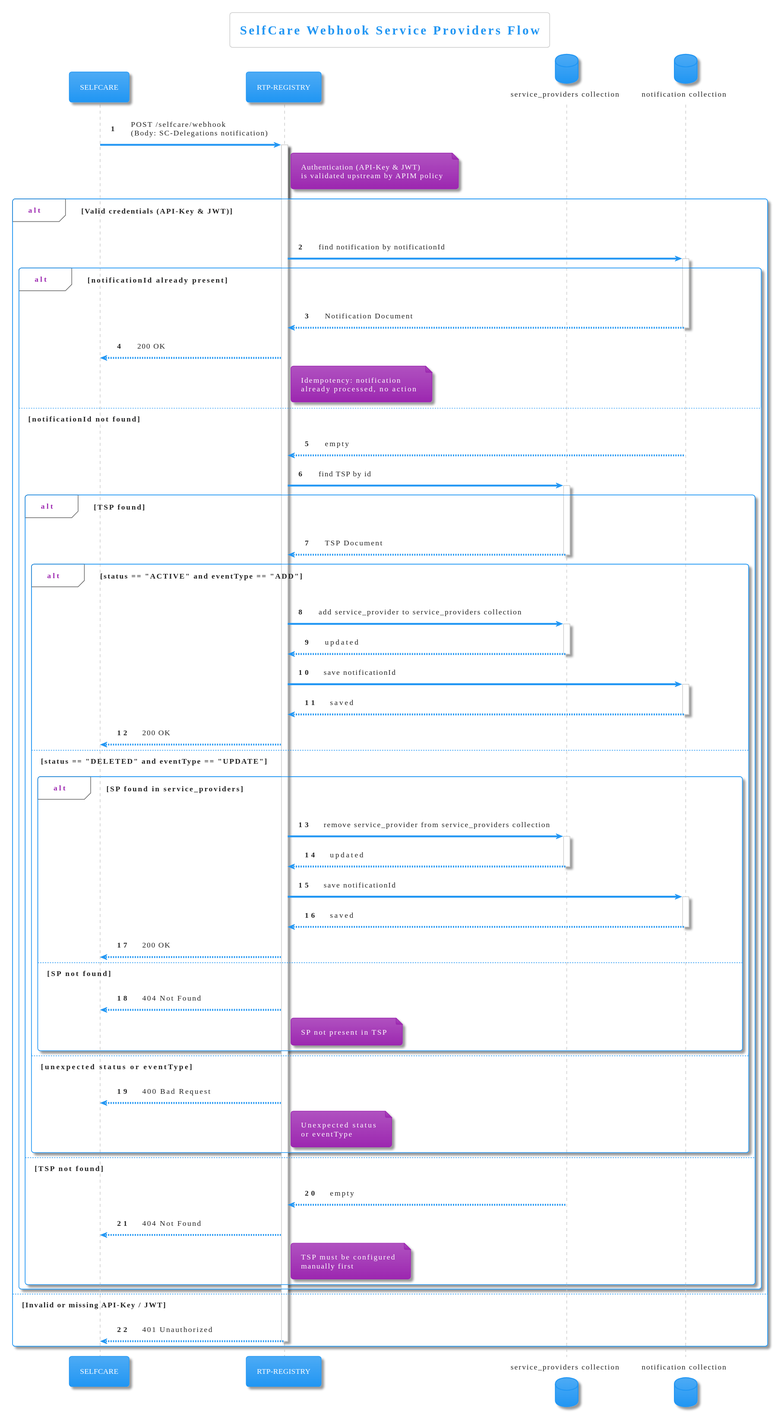
pagopa/rtp-docs keeps this PlantUML diagram as diagrams/selfcare-service-providers-webhook.svg. Above is the earlier version.
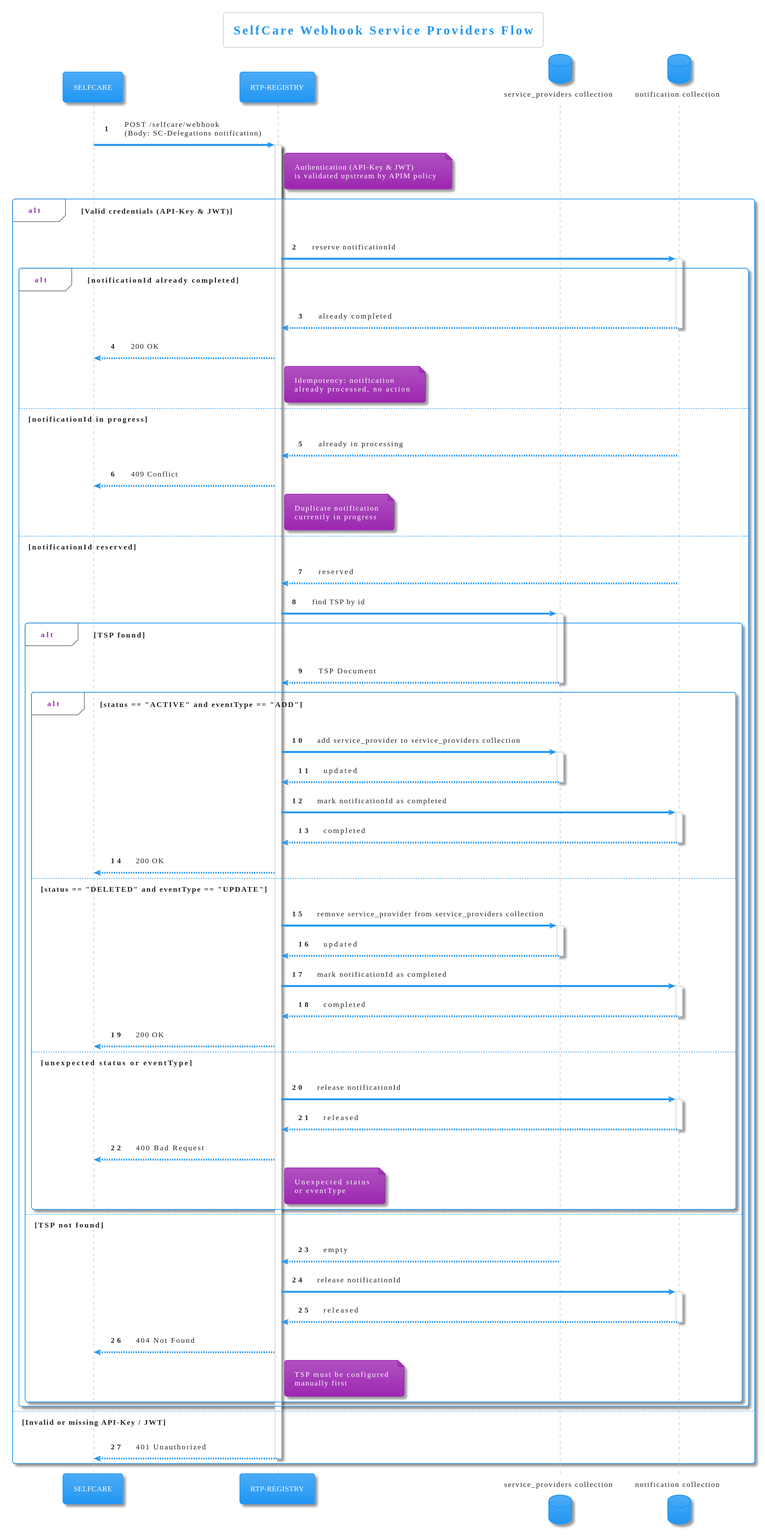
After the commit.

Commit message:
fix: [SRTP-2375] Update SelfCare Webhook sequence for notificationId handling (#61)

* fix: SRTP-2375 Update SelfCare Webhook sequence for notificationId handling

* Diagrams commit

---------

Change to the diagram source:
```diff
@@ -18,11 +18,11 @@
 activate REG
 
 alt Valid credentials (API-Key & JWT)
-    REG -> NDB: find notification by notificationId
+    REG -> NDB: reserve notificationId
     activate NDB
 
-    alt notificationId already present
-        NDB --> REG: Notification Document
+    alt notificationId already completed
+        NDB --> REG: already completed
         deactivate NDB
         REG --> SC: 200 OK
         note right of REG
@@ -30,8 +30,17 @@
           already processed, no action
         end note
 
-    else notificationId not found
-        NDB --> REG: empty
+    else notificationId in progress
+        NDB --> REG: already in processing
+        deactivate NDB
+        REG --> SC: 409 Conflict
+        note right of REG
+          Duplicate notification
+          currently in progress
+        end note
+
+    else notificationId reserved
+        NDB --> REG: reserved
         deactivate NDB
 
         REG -> DB: find TSP by id
@@ -46,31 +55,28 @@
                 activate DB
                 DB --> REG: updated
                 deactivate DB
-                REG -> NDB: save notificationId
+                REG -> NDB: mark notificationId as completed
                 activate NDB
-                NDB --> REG: saved
+                NDB --> REG: completed
                 deactivate NDB
                 REG --> SC: 200 OK
 
             else status == "DELETED" and eventType == "UPDATE"
-                alt SP found in service_providers
-                    REG -> DB: remove service_provider from service_providers collection
-                    activate DB
-                    DB --> REG: updated
-                    deactivate DB
-                    REG -> NDB: save notificationId
-                    activate NDB
-                    NDB --> REG: saved
-                    deactivate NDB
-                    REG --> SC: 200 OK
-                else SP not found
-                    REG --> SC: 404 Not Found
-                    note right of REG
-                      SP not present in TSP
-                    end note
-                end
+                REG -> DB: remove service_provider from service_providers collection
+                activate DB
+                DB --> REG: updated
+                deactivate DB
+                REG -> NDB: mark notificationId as completed
+                activate NDB
+                NDB --> REG: completed
+                deactivate NDB
+                REG --> SC: 200 OK
 
             else unexpected status or eventType
+                REG -> NDB: release notificationId
+                activate NDB
+                NDB --> REG: released
+                deactivate NDB
                 REG --> SC: 400 Bad Request
                 note right of REG
                   Unexpected status
@@ -81,6 +87,10 @@
         else TSP not found
             DB --> REG: empty
             deactivate DB
+            REG -> NDB: release notificationId
+            activate NDB
+            NDB --> REG: released
+            deactivate NDB
             REG --> SC: 404 Not Found
             note right of REG
               TSP must be configured
```
